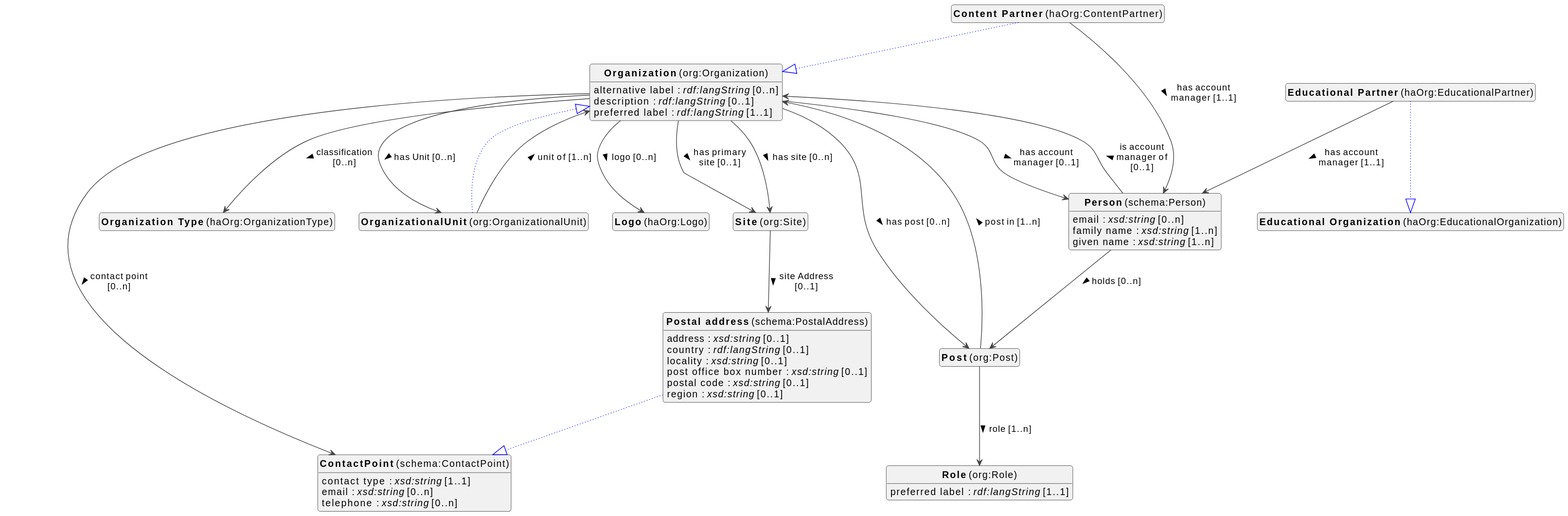
Earlier version of the PlantUML export docs/metadata/knowledge-graph/0.0.1/organization/en/organization-diagram.svg (viaacode/documentation-jekyll).
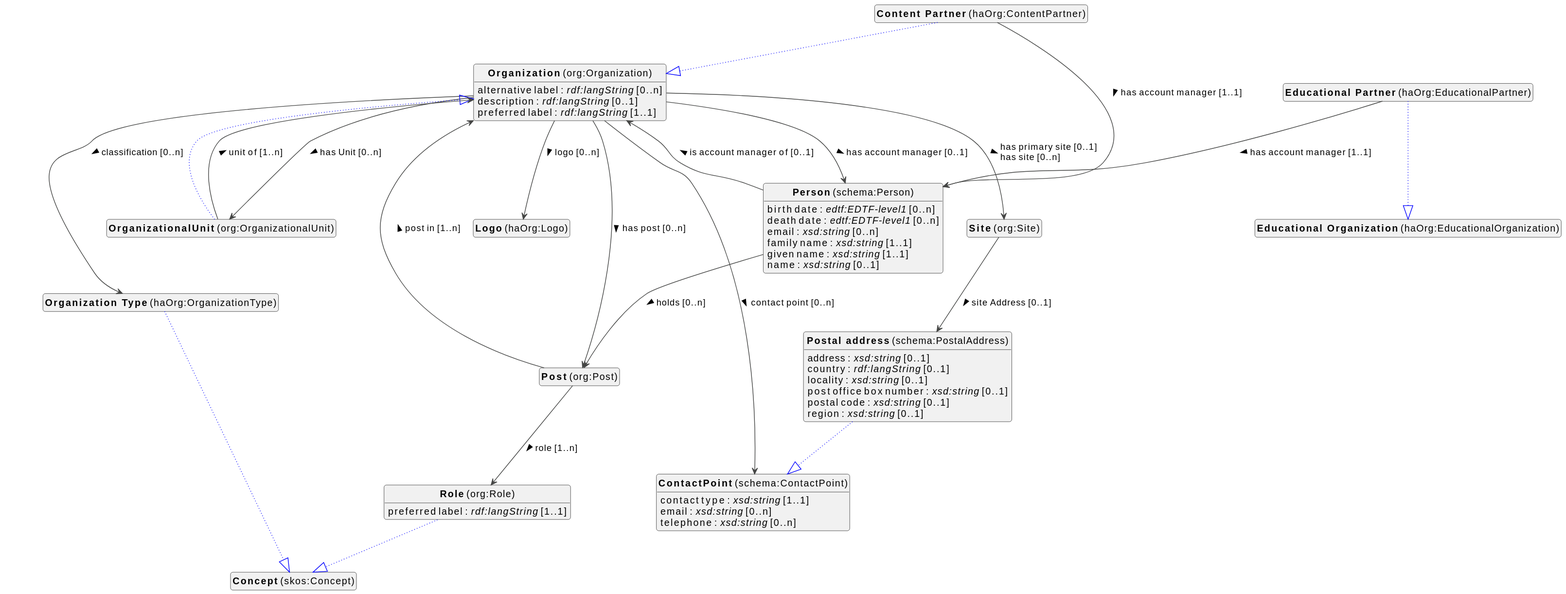
The same diagram one commit later.

Change to the diagram source:
```diff
@@ -3,7 +3,8 @@
 skinparam classFontSize 14
 !define LIGHTORANGE
 skinparam componentStyle uml2
-skinparam wrapMessageWidth 100
+skinparam wrapMessageWidth 1000
+skinparam wrapWidth 1000
 skinparam shadowing false
 skinparam ArrowMessageAlignment left
 
@@ -18,102 +19,83 @@
 class "<b>Site</b> (org:Site)" as org_Site [[#org%3ASite]]
 class "<b>Post</b> (org:Post)" as org_Post [[#org%3APost]]
 class "<b>Role</b> (org:Role)" as org_Role [[#org%3ARole]]
+class "<b>Concept</b> (skos:Concept)" as skos_Concept [[#skos%3AConcept]]
 class "<b>Person</b> (schema:Person)" as schema_Person [[#schema%3APerson]]
 class "<b>Postal address</b> (schema:PostalAddress)" as schema_PostalAddress [[#schema%3APostalAddress]]
 class "<b>ContactPoint</b> (schema:ContactPoint)" as schema_ContactPoint [[#schema%3AContactPoint]]
 class "<b>ContactPoint</b> (schema:ContactPoint)" as schema_ContactPoint [[#schema%3AContactPoint]]
 class "<b>Organization Type</b> (haOrg:OrganizationType)" as haOrg_OrganizationType [[#haOrg%3AOrganizationType]]
+class "<b>Concept</b> (skos:Concept)" as skos_Concept [[#skos%3AConcept]]
 class "<b>Logo</b> (haOrg:Logo)" as haOrg_Logo [[#haOrg%3ALogo]]
 
 
 org_Organization : alternative label : <i>rdf:langString</i> [0..n]
-
-
-org_Organization --> haOrg_OrganizationType : classification [0..n] >
-
-org_Organization --> schema_ContactPoint : contact point [0..n] >
 org_Organization : description : <i>rdf:langString</i> [0..1]
-
-
-org_Organization --> org_OrganizationalUnit : has Unit [0..n] >
-
-org_Organization --> schema_Person : has account manager [0..1] >
-
-org_Organization --> org_Post : has post [0..n] >
-
-org_Organization --> org_Site : has primary site [0..1] >
-
-org_Organization --> org_Site : has site [0..n] >
-
-
-org_Organization --> haOrg_Logo : logo [0..n] >
 org_Organization : preferred label : <i>rdf:langString</i> [1..1]
 
+org_Organization --> haOrg_Logo :logo [0..n]  >
+org_Organization --> haOrg_OrganizationType :classification [0..n]  >
+org_Organization --> org_OrganizationalUnit :has Unit [0..n]  >
+org_Organization --> org_Post :has post [0..n]  >
+org_Organization --> org_Site :has primary site [0..1]  \lhas site [0..n]  >
+
+org_Organization --> schema_ContactPoint :contact point [0..n]  >
+org_Organization --> schema_Person :has account manager [0..1]  >
 
 org_OrganizationalUnit --|> org_Organization #blue;line.dotted;text:blue
 
-
-org_OrganizationalUnit --> org_Organization : unit of [1..n] >
+org_OrganizationalUnit --> org_Organization :unit of [1..n]  >
 
 haOrg_ContentPartner --|> org_Organization #blue;line.dotted;text:blue
 
-
-haOrg_ContentPartner --> schema_Person : has account manager [1..1] >
+haOrg_ContentPartner --> schema_Person :has account manager [1..1]  >
 
 haOrg_EducationalPartner --|> haOrg_EducationalOrganization #blue;line.dotted;text:blue
 
-
-haOrg_EducationalPartner --> schema_Person : has account manager [1..1] >
+haOrg_EducationalPartner --> schema_Person :has account manager [1..1]  >
 
 
-
-org_Site --> schema_PostalAddress : site Address [0..1] >
+org_Site --> schema_PostalAddress :site Address [0..1]  >
 
 
+org_Post --> org_Organization :post in [1..n]  >
+org_Post --> org_Role :role [1..n]  >
 
-org_Post --> org_Organization : post in [1..n] >
-
-org_Post --> org_Role : role [1..n] >
-
+org_Role --|> skos_Concept #blue;line.dotted;text:blue
 
 org_Role : preferred label : <i>rdf:langString</i> [1..1]
 
 
 
+schema_Person : birth date : <i>edtf:EDTF-level1</i> [0..n]
+schema_Person : death date : <i>edtf:EDTF-level1</i> [0..n]
 schema_Person : email : <i>xsd:string</i> [0..n]
+schema_Person : family name : <i>xsd:string</i> [1..1]
+schema_Person : given name : <i>xsd:string</i> [1..1]
+schema_Person : name : <i>xsd:string</i> [0..1]
 
-schema_Person : family name : <i>xsd:string</i> [1..n]
+schema_Person --> org_Organization :is account manager of [0..1]  >
+schema_Person --> org_Post :holds [0..n]  >
 
-schema_Person : given name : <i>xsd:string</i> [1..n]
-
-
-schema_Person --> org_Post : holds [0..n] >
-
-schema_Person --> org_Organization : is account manager of [0..1] >
 
 schema_PostalAddress --|> schema_ContactPoint #blue;line.dotted;text:blue
 
 schema_PostalAddress : address : <i>xsd:string</i> [0..1]
-
 schema_PostalAddress : country : <i>rdf:langString</i> [0..1]
-
 schema_PostalAddress : locality : <i>xsd:string</i> [0..1]
-
 schema_PostalAddress : post office box number : <i>xsd:string</i> [0..1]
-
 schema_PostalAddress : postal code : <i>xsd:string</i> [0..1]
-
 schema_PostalAddress : region : <i>xsd:string</i> [0..1]
 
 
 
+
 schema_ContactPoint : contact type : <i>xsd:string</i> [1..1]
-
 schema_ContactPoint : email : <i>xsd:string</i> [0..n]
-
 schema_ContactPoint : telephone : <i>xsd:string</i> [0..n]
 
 
+haOrg_OrganizationType --|> skos_Concept #blue;line.dotted;text:blue
 
 
 
```
